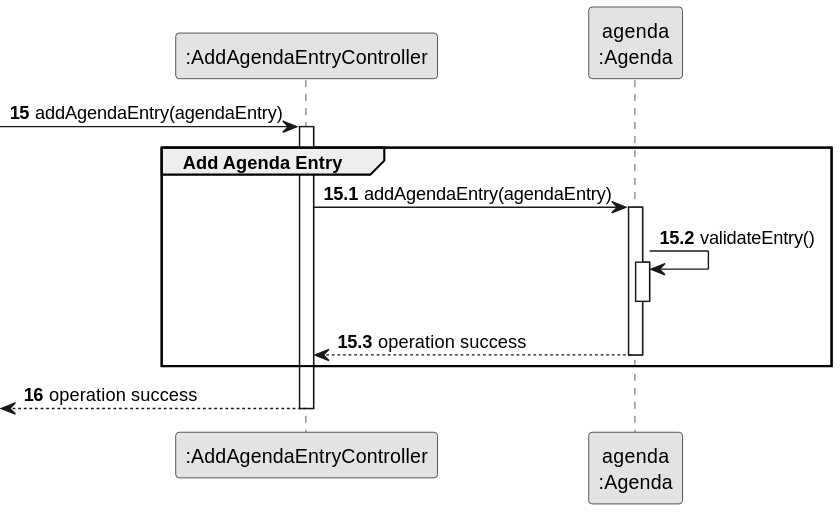
Above: docs/sprintC/us022/03.design/svg/us022-sequence-diagram-partial-add-agenda-entry.svg in diogoveirospro/lei-24-s2-1dg-g072 (PlantUML), before the change. Source of this version:
```plantuml
@startuml
skinparam monochrome true
skinparam packageStyle rectangle
skinparam shadowing false

participant ":AddAgendaEntryController" as CTRL
participant "agenda\n:Agenda" as AGENDA

autonumber 15
-> CTRL: addAgendaEntry(agendaEntry)

autonumber 15.1
activate CTRL
    group Add Agenda Entry

            CTRL -> AGENDA : addAgendaEntry(agendaEntry)
            activate AGENDA

            AGENDA -> AGENDA : validateEntry()
            activate AGENDA

            deactivate AGENDA

            AGENDA --> CTRL : operation success
            deactivate AGENDA


    end

    autonumber 16
    <-- CTRL : operation success
deactivate CTRL
@enduml
```
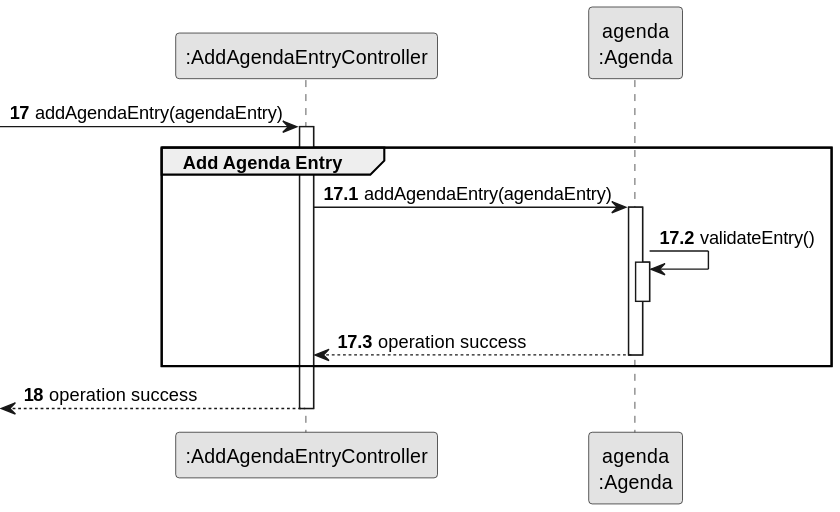
After the commit.

Change to the diagram source:
```diff
@@ -6,10 +6,10 @@
 participant ":AddAgendaEntryController" as CTRL
 participant "agenda\n:Agenda" as AGENDA
 
-autonumber 15
+autonumber 17
 -> CTRL: addAgendaEntry(agendaEntry)
 
-autonumber 15.1
+autonumber 17.1
 activate CTRL
     group Add Agenda Entry
 
@@ -27,7 +27,7 @@
 
     end
 
-    autonumber 16
+    autonumber 18
     <-- CTRL : operation success
 deactivate CTRL
 @enduml
```
